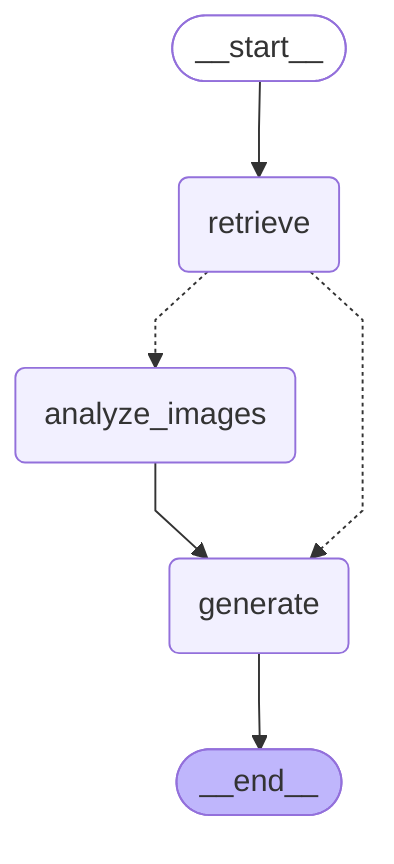
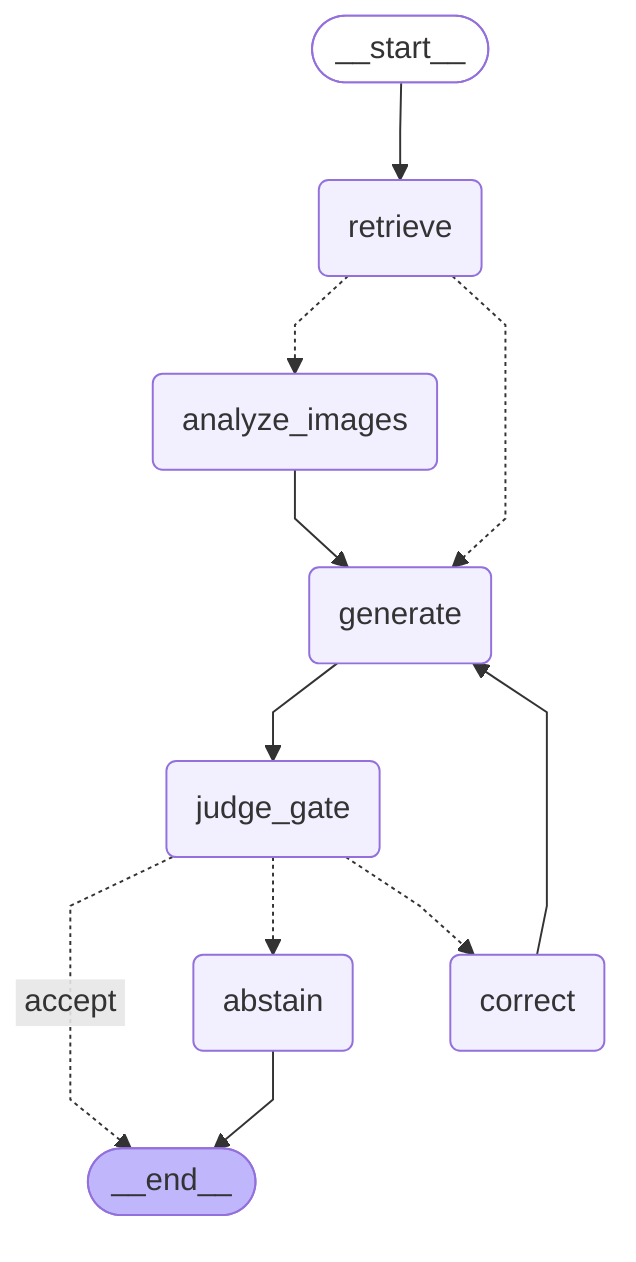
---
config:
  flowchart:
    curve: linear
---
graph TD;
	__start__([<p>__start__</p>]):::first
	retrieve(retrieve)
	analyze_images(analyze_images)
	generate(generate)
+ 	judge_gate(judge_gate)
+ 	correct(correct)
+ 	abstain(abstain)
	__end__([<p>__end__</p>]):::last
	__start__ --> retrieve;
	analyze_images --> generate;
+ 	correct --> generate;
+ 	generate --> judge_gate;
+ 	judge_gate -. &nbsp;accept&nbsp; .-> __end__;
+ 	judge_gate -.-> abstain;
+ 	judge_gate -.-> correct;
	retrieve -.-> analyze_images;
	retrieve -.-> generate;
- 	generate --> __end__;
+ 	abstain --> __end__;
	classDef default fill:#f2f0ff,line-height:1.2
	classDef first fill-opacity:0
	classDef last fill:#bfb6fc
